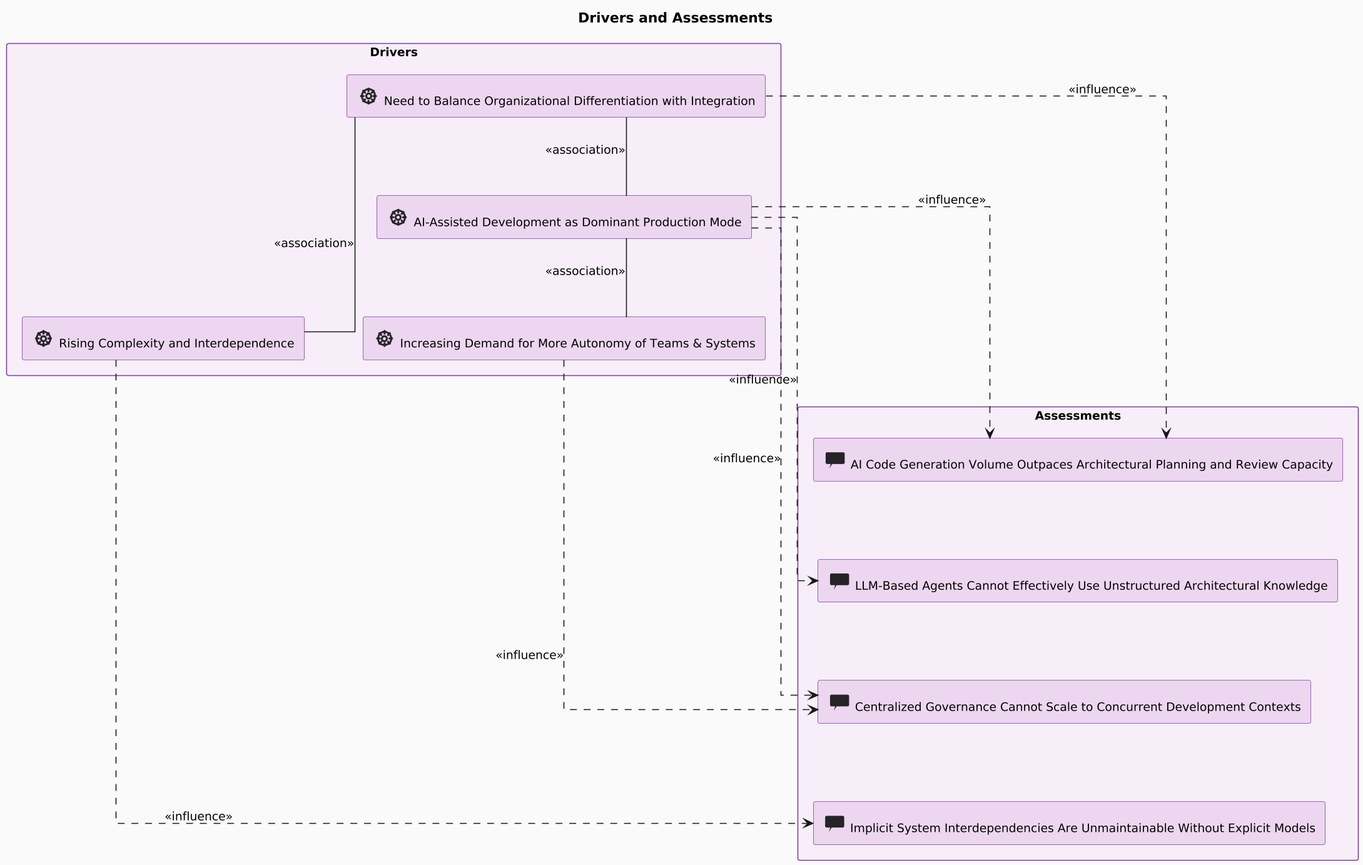
Above: engagements/ENG-ARCH-REPO/architecture-repository/diagram-catalog/rendered/drivers-and-assessments.png in mbauer83/assisted-architecture-management (PlantUML), before the change. The source it was exported from:
```plantuml
@startuml
skinparamlocked dpi 150
!include ../_archimate-stereotypes.puml
!include ../_archimate-glyphs.puml

top to bottom direction

title Drivers and Assessments

rectangle "Drivers" <<MotivationGrouping>> {
  rectangle "<$archimate_Driver{scale=1.5}> Need to Balance Organizational Differentiation with Integration" <<Driver>> as DRV_CuhLPB
  rectangle "<$archimate_Driver{scale=1.5}> AI-Assisted Development as Dominant Production Mode" <<Driver>> as DRV_GR9prv
  rectangle "<$archimate_Driver{scale=1.5}> Increasing Demand for More Autonomy of Teams & Systems" <<Driver>> as DRV_Rt6Yu2
  rectangle "<$archimate_Driver{scale=1.5}> Rising Complexity and Interdependence" <<Driver>> as DRV_Ui5Op3
}
DRV_CuhLPB -[hidden]right- DRV_GR9prv
DRV_GR9prv -[hidden]right- DRV_Rt6Yu2
DRV_Rt6Yu2 -[hidden]right- DRV_Ui5Op3

rectangle "Assessments" <<MotivationGrouping>> {
  rectangle "<$archimate_Assessment{scale=1.5}> AI Code Generation Volume Outpaces Architectural Planning and Review Capacity" <<Assessment>> as ASS_EI3FpR
  rectangle "<$archimate_Assessment{scale=1.5}> LLM-Based Agents Cannot Effectively Use Unstructured Architectural Knowledge" <<Assessment>> as ASS_s68vVo
  rectangle "<$archimate_Assessment{scale=1.5}> Centralized Governance Cannot Scale to Concurrent Development Contexts" <<Assessment>> as ASS_a6vxyj
  rectangle "<$archimate_Assessment{scale=1.5}> Implicit System Interdependencies Are Unmaintainable Without Explicit Models" <<Assessment>> as ASS_9YWsDh
}
ASS_EI3FpR -[hidden]down- ASS_s68vVo
ASS_s68vVo -[hidden]down- ASS_a6vxyj
ASS_a6vxyj -[hidden]down- ASS_9YWsDh
DRV_Ui5Op3 -[hidden]down- ASS_EI3FpR

DRV_CuhLPB -- DRV_Ui5Op3 : <<association>>
DRV_CuhLPB -- DRV_GR9prv : <<association>>
DRV_GR9prv -- DRV_Rt6Yu2 : <<association>>
DRV_CuhLPB .down.> ASS_EI3FpR : <<influence>>
DRV_GR9prv .down.> ASS_EI3FpR : <<influence>>
DRV_GR9prv .down.> ASS_s68vVo : <<influence>>
DRV_GR9prv .down.> ASS_a6vxyj : <<influence>>
DRV_Rt6Yu2 .down.> ASS_a6vxyj : <<influence>>
DRV_Ui5Op3 .down.> ASS_9YWsDh : <<influence>>

@enduml
```
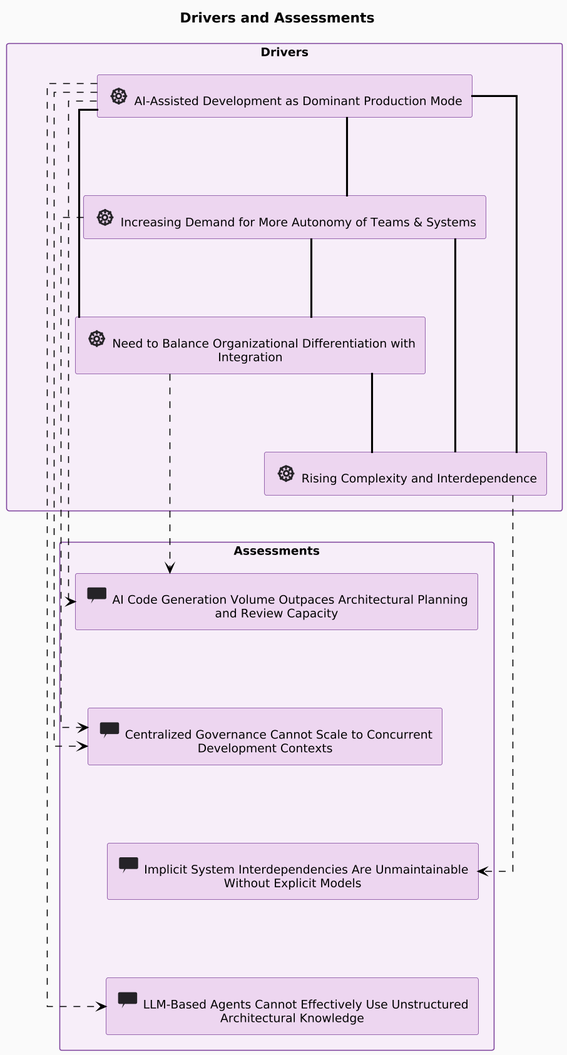
The same diagram one commit later.

Change to the diagram source:
```diff
@@ -1,41 +1,43 @@
 @startuml
 skinparamlocked dpi 150
 !include ../_archimate-stereotypes.puml
-!include ../_archimate-glyphs.puml
 
 top to bottom direction
 
 title Drivers and Assessments
 
 rectangle "Drivers" <<MotivationGrouping>> {
-  rectangle "<$archimate_Driver{scale=1.5}> Need to Balance Organizational Differentiation with Integration" <<Driver>> as DRV_CuhLPB
   rectangle "<$archimate_Driver{scale=1.5}> AI-Assisted Development as Dominant Production Mode" <<Driver>> as DRV_GR9prv
   rectangle "<$archimate_Driver{scale=1.5}> Increasing Demand for More Autonomy of Teams & Systems" <<Driver>> as DRV_Rt6Yu2
+  rectangle "<$archimate_Driver{scale=1.5}> Need to Balance Organizational Differentiation with Integration" <<Driver>> as DRV_CuhLPB
   rectangle "<$archimate_Driver{scale=1.5}> Rising Complexity and Interdependence" <<Driver>> as DRV_Ui5Op3
 }
-DRV_CuhLPB -[hidden]right- DRV_GR9prv
 DRV_GR9prv -[hidden]right- DRV_Rt6Yu2
-DRV_Rt6Yu2 -[hidden]right- DRV_Ui5Op3
+DRV_Rt6Yu2 -[hidden]right- DRV_CuhLPB
+DRV_CuhLPB -[hidden]right- DRV_Ui5Op3
 
 rectangle "Assessments" <<MotivationGrouping>> {
   rectangle "<$archimate_Assessment{scale=1.5}> AI Code Generation Volume Outpaces Architectural Planning and Review Capacity" <<Assessment>> as ASS_EI3FpR
-  rectangle "<$archimate_Assessment{scale=1.5}> LLM-Based Agents Cannot Effectively Use Unstructured Architectural Knowledge" <<Assessment>> as ASS_s68vVo
   rectangle "<$archimate_Assessment{scale=1.5}> Centralized Governance Cannot Scale to Concurrent Development Contexts" <<Assessment>> as ASS_a6vxyj
   rectangle "<$archimate_Assessment{scale=1.5}> Implicit System Interdependencies Are Unmaintainable Without Explicit Models" <<Assessment>> as ASS_9YWsDh
+  rectangle "<$archimate_Assessment{scale=1.5}> LLM-Based Agents Cannot Effectively Use Unstructured Architectural Knowledge" <<Assessment>> as ASS_s68vVo
 }
-ASS_EI3FpR -[hidden]down- ASS_s68vVo
-ASS_s68vVo -[hidden]down- ASS_a6vxyj
+ASS_EI3FpR -[hidden]down- ASS_a6vxyj
 ASS_a6vxyj -[hidden]down- ASS_9YWsDh
+ASS_9YWsDh -[hidden]down- ASS_s68vVo
 DRV_Ui5Op3 -[hidden]down- ASS_EI3FpR
 
-DRV_CuhLPB -- DRV_Ui5Op3 : <<association>>
-DRV_CuhLPB -- DRV_GR9prv : <<association>>
-DRV_GR9prv -- DRV_Rt6Yu2 : <<association>>
-DRV_CuhLPB .down.> ASS_EI3FpR : <<influence>>
-DRV_GR9prv .down.> ASS_EI3FpR : <<influence>>
-DRV_GR9prv .down.> ASS_s68vVo : <<influence>>
-DRV_GR9prv .down.> ASS_a6vxyj : <<influence>>
-DRV_Rt6Yu2 .down.> ASS_a6vxyj : <<influence>>
-DRV_Ui5Op3 .down.> ASS_9YWsDh : <<influence>>
+Rel_Influence_Down(DRV_Ui5Op3, ASS_9YWsDh, "")
+Rel_Association(DRV_CuhLPB, DRV_Ui5Op3, "")
+Rel_Influence_Down(DRV_CuhLPB, ASS_EI3FpR, "")
+Rel_Association(DRV_CuhLPB, DRV_GR9prv, "")
+Rel_Influence_Down(DRV_Rt6Yu2, ASS_a6vxyj, "")
+Rel_Association(DRV_GR9prv, DRV_Rt6Yu2, "")
+Rel_Influence_Down(DRV_GR9prv, ASS_EI3FpR, "")
+Rel_Influence_Down(DRV_GR9prv, ASS_a6vxyj, "")
+Rel_Influence_Down(DRV_GR9prv, ASS_s68vVo, "")
+Rel_Association(DRV_GR9prv, DRV_Ui5Op3, "")
+Rel_Association(DRV_Rt6Yu2, DRV_Ui5Op3, "")
+Rel_Association(DRV_Rt6Yu2, DRV_CuhLPB, "")
 
 @enduml
```
